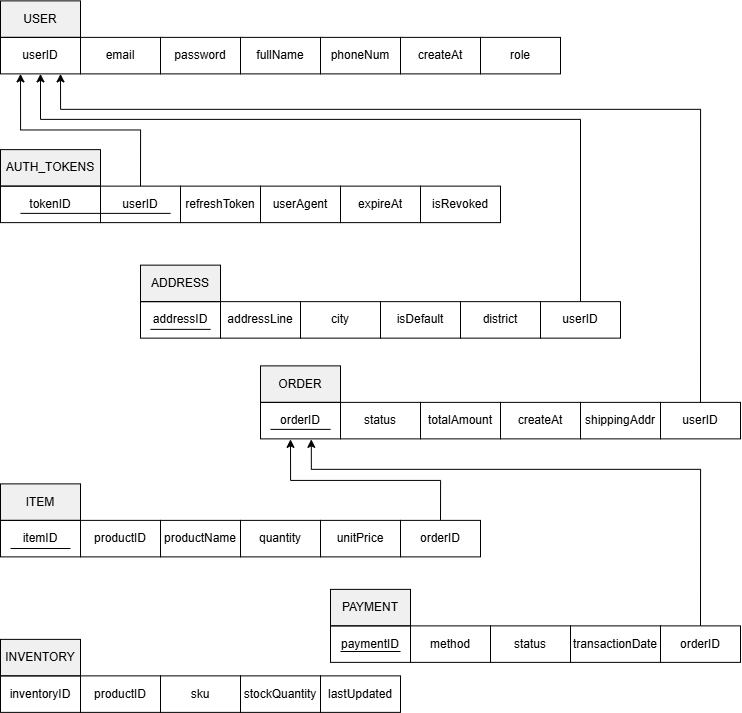
This is REPORT/images/database_design/mapping.png from nxhhoang/CO3021-DBMS-APP, a draw.io export, as it was before one commit. Source tidied: cells renumbered, new cells last; positions are measured from the earlier drawing's top-left corner, leaving out a move shared by most shapes.
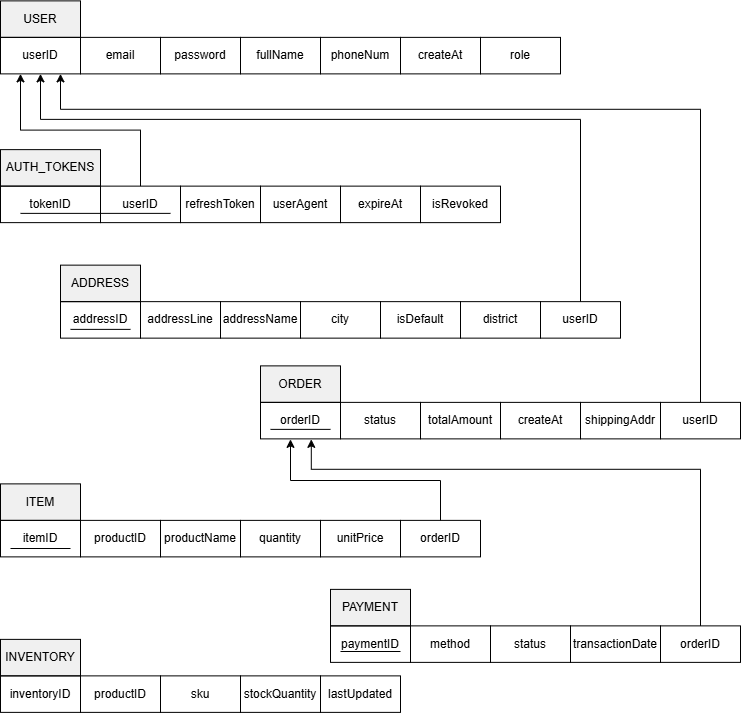
After the commit.

The edit, as a diff of the source:
```diff
@@ -114,13 +114,13 @@
       <mxGeometry x="570" y="625.4" width="90" height="36.5" as="geometry" />
     </mxCell>
     <mxCell id="39" value="ADDRESS" style="rounded=0;whiteSpace=wrap;html=1;fillColor=#F0F0F0;" parent="1" vertex="1">
-      <mxGeometry x="140" y="264.6" width="80" height="36.5" as="geometry" />
+      <mxGeometry x="60" y="264.6" width="80" height="36.5" as="geometry" />
     </mxCell>
     <mxCell id="40" value="addressID" style="rounded=0;whiteSpace=wrap;html=1;fillColor=none;" parent="1" vertex="1">
-      <mxGeometry x="140" y="301.1" width="80" height="36.5" as="geometry" />
+      <mxGeometry x="60" y="301.1" width="80" height="36.5" as="geometry" />
     </mxCell>
     <mxCell id="41" value="addressLine" style="rounded=0;whiteSpace=wrap;html=1;fillColor=none;" parent="1" vertex="1">
-      <mxGeometry x="220" y="301.1" width="80" height="36.5" as="geometry" />
+      <mxGeometry x="140" y="301.1" width="80" height="36.5" as="geometry" />
     </mxCell>
     <mxCell id="42" value="city" style="rounded=0;whiteSpace=wrap;html=1;fillColor=none;" parent="1" vertex="1">
       <mxGeometry x="300" y="301.1" width="80" height="36.5" as="geometry" />
@@ -155,7 +155,7 @@
     </mxCell>
     <mxCell id="50" style="endArrow=none;html=1;rounded=0;exitX=0.125;exitY=0.76;exitDx=0;exitDy=0;exitPerimeter=0;" parent="1" edge="1" source="40">
       <mxGeometry relative="1" as="geometry">
-        <mxPoint x="210" y="328.9" as="targetPoint" />
+        <mxPoint x="130" y="328.9" as="targetPoint" />
       </mxGeometry>
     </mxCell>
     <mxCell id="51" style="edgeStyle=orthogonalEdgeStyle;rounded=0;jettySize=auto;html=1;exitX=0.5;exitY=0;exitDx=0;exitDy=0;entryX=0.75;entryY=1;entryDx=0;entryDy=0;" parent="1" edge="1" source="52" target="3">
@@ -206,5 +206,8 @@
         <mxPoint x="400" y="651" as="targetPoint" />
       </mxGeometry>
     </mxCell>
+    <mxCell id="60" value="addressName" style="rounded=0;whiteSpace=wrap;html=1;fillColor=none;" parent="1" vertex="1">
+      <mxGeometry x="220" y="301.1" width="80" height="36.5" as="geometry" />
+    </mxCell>
   </root>
 </mxGraphModel>
```
